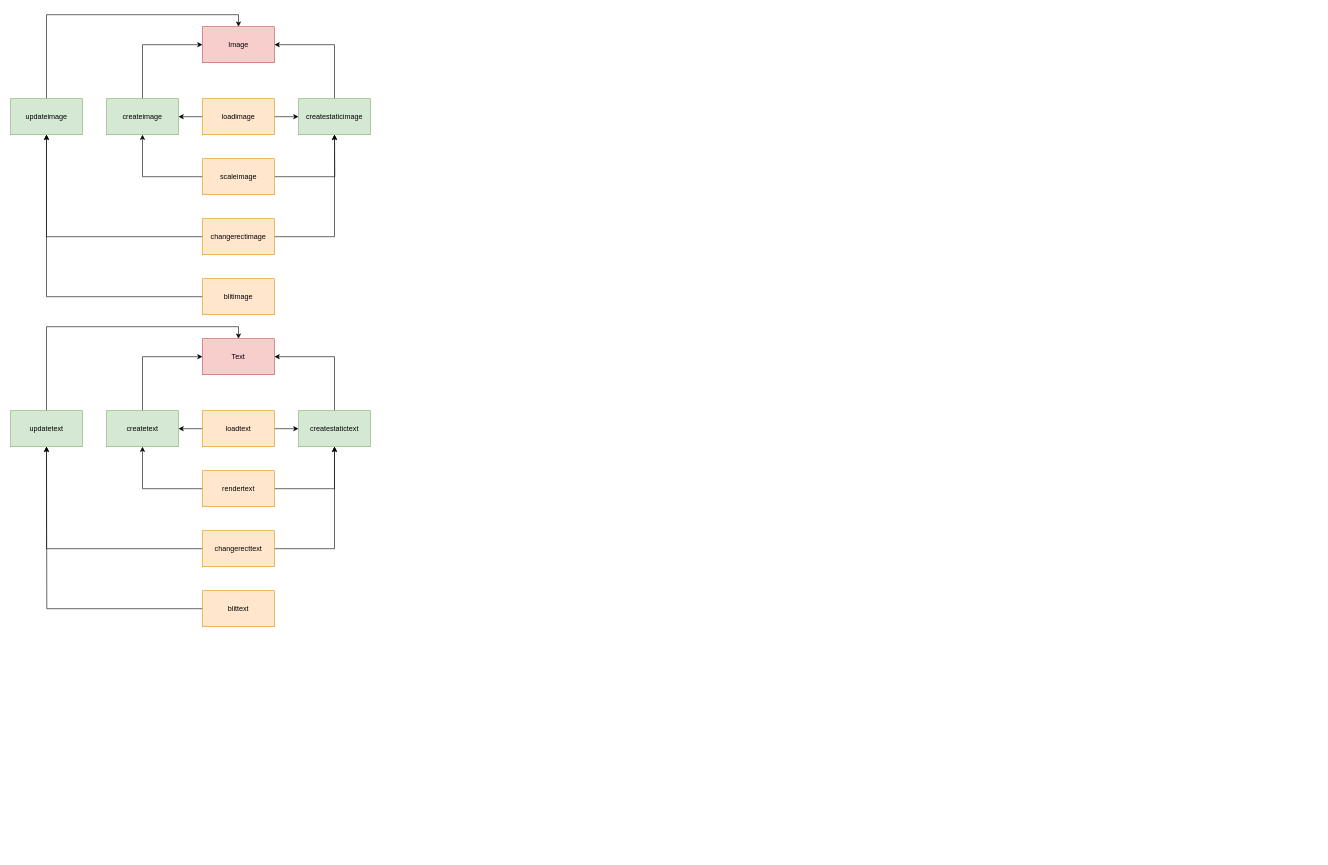
Before: Untitled Diagram.drawio in PrettyPlayer/NonameProject, a draw.io diagram. Source tidied: cells renumbered, new cells numbered last; positions are measured from the earlier drawing's top-left corner, leaving out a move shared by most shapes. Both pictures are drawn from the tidied source at 60%, with x=0, y=0 at pixel (10, 26).
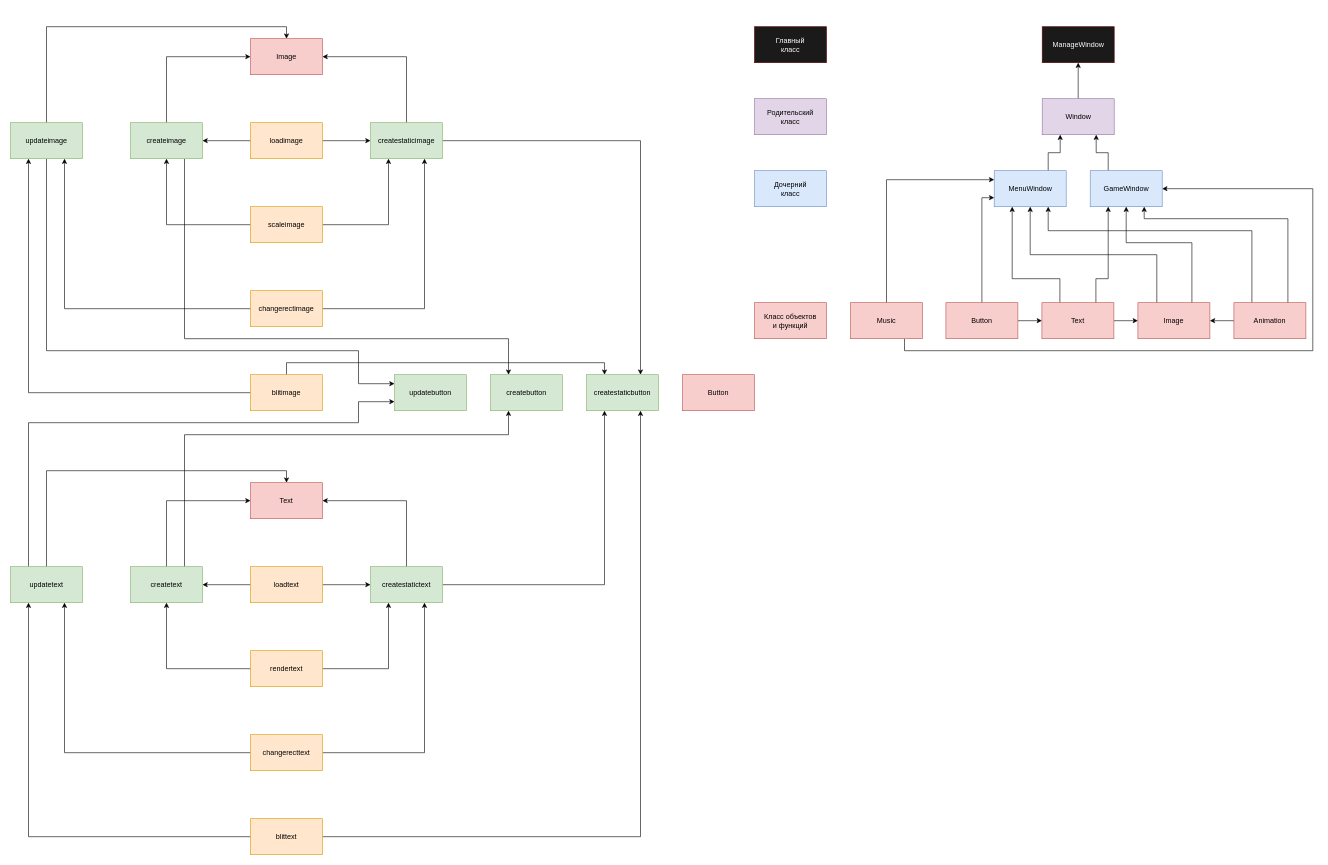
The same diagram, later.

What changed in the source:
```diff
@@
+    <mxCell id="38" style="edgeStyle=orthogonalEdgeStyle;rounded=0;jettySize=auto;html=1;exitX=0.75;exitY=1;exitDx=0;exitDy=0;entryX=0.25;entryY=0;entryDx=0;entryDy=0;" parent="1" edge="1" source="3" target="50">
+      <mxGeometry relative="1" as="geometry">
+        <Array as="points">
+          <mxPoint x="290" y="520" />
+          <mxPoint x="830" y="520" />
+        </Array>
+      </mxGeometry>
+    </mxCell>
     <mxCell id="3" value="createimage" style="rounded=0;whiteSpace=wrap;html=1;fillColor=#d5e8d4;strokeColor=#82b366;" parent="1" vertex="1">
-      <mxGeometry x="160" y="120" width="120" height="60" as="geometry" />
+      <mxGeometry x="200" y="160" width="120" height="60" as="geometry" />
     </mxCell>
@@
     <mxCell id="6" value="loadimage" style="rounded=0;whiteSpace=wrap;html=1;fillColor=#ffe6cc;strokeColor=#d79b00;" parent="1" vertex="1">
-      <mxGeometry x="320" y="120" width="120" height="60" as="geometry" />
+      <mxGeometry x="400" y="160" width="120" height="60" as="geometry" />
     </mxCell>
@@
-    <mxCell id="8" style="edgeStyle=orthogonalEdgeStyle;rounded=0;jettySize=auto;html=1;exitX=1;exitY=0.5;exitDx=0;exitDy=0;" parent="1" edge="1" source="9">
-      <mxGeometry relative="1" as="geometry">
-        <mxPoint x="540" y="180" as="targetPoint" />
-      </mxGeometry>
-    </mxCell>
+    <mxCell id="39" style="edgeStyle=orthogonalEdgeStyle;rounded=0;jettySize=auto;html=1;exitX=1;exitY=0.5;exitDx=0;exitDy=0;entryX=0.25;entryY=1;entryDx=0;entryDy=0;" parent="1" edge="1" source="9" target="19">
+      <mxGeometry relative="1" as="geometry" />
+    </mxCell>
     <mxCell id="9" value="scaleimage" style="rounded=0;whiteSpace=wrap;html=1;fillColor=#ffe6cc;strokeColor=#d79b00;" parent="1" vertex="1">
-      <mxGeometry x="320" y="220" width="120" height="60" as="geometry" />
+      <mxGeometry x="400" y="300" width="120" height="60" as="geometry" />
     </mxCell>
@@
+    <mxCell id="40" style="edgeStyle=orthogonalEdgeStyle;rounded=0;jettySize=auto;html=1;exitX=0.5;exitY=1;exitDx=0;exitDy=0;entryX=0;entryY=0.25;entryDx=0;entryDy=0;" parent="1" edge="1" source="11" target="51">
+      <mxGeometry relative="1" as="geometry">
+        <Array as="points">
+          <mxPoint x="60" y="540" />
+          <mxPoint x="580" y="540" />
+          <mxPoint x="580" y="595" />
+        </Array>
+      </mxGeometry>
+    </mxCell>
     <mxCell id="11" value="updateimage" style="rounded=0;whiteSpace=wrap;html=1;fillColor=#d5e8d4;strokeColor=#82b366;" parent="1" vertex="1">
-      <mxGeometry y="120" width="120" height="60" as="geometry" />
+      <mxGeometry y="160" width="120" height="60" as="geometry" />
     </mxCell>
-    <mxCell id="12" style="edgeStyle=orthogonalEdgeStyle;rounded=0;jettySize=auto;html=1;exitX=1;exitY=0.5;exitDx=0;exitDy=0;entryX=0.5;entryY=1;entryDx=0;entryDy=0;entryPerimeter=0;" parent="1" edge="1" source="14" target="19">
+    <mxCell id="12" style="edgeStyle=orthogonalEdgeStyle;rounded=0;jettySize=auto;html=1;exitX=1;exitY=0.5;exitDx=0;exitDy=0;entryX=0.75;entryY=1;entryDx=0;entryDy=0;" parent="1" edge="1" source="14" target="19">
       <mxGeometry relative="1" as="geometry" />
     </mxCell>
-    <mxCell id="13" style="edgeStyle=orthogonalEdgeStyle;rounded=0;jettySize=auto;html=1;exitX=0;exitY=0.5;exitDx=0;exitDy=0;entryX=0.5;entryY=1;entryDx=0;entryDy=0;" parent="1" edge="1" source="14" target="11">
+    <mxCell id="13" style="edgeStyle=orthogonalEdgeStyle;rounded=0;jettySize=auto;html=1;exitX=0;exitY=0.5;exitDx=0;exitDy=0;entryX=0.75;entryY=1;entryDx=0;entryDy=0;" parent="1" edge="1" source="14" target="11">
       <mxGeometry relative="1" as="geometry" />
     </mxCell>
     <mxCell id="14" value="changerectimage" style="rounded=0;whiteSpace=wrap;html=1;fillColor=#ffe6cc;strokeColor=#d79b00;" parent="1" vertex="1">
-      <mxGeometry x="320" y="320" width="120" height="60" as="geometry" />
+      <mxGeometry x="400" y="440" width="120" height="60" as="geometry" />
     </mxCell>
-    <mxCell id="15" style="edgeStyle=orthogonalEdgeStyle;rounded=0;jettySize=auto;html=1;exitX=0;exitY=0.5;exitDx=0;exitDy=0;entryX=0.5;entryY=1;entryDx=0;entryDy=0;" parent="1" edge="1" source="16" target="11">
+    <mxCell id="15" style="edgeStyle=orthogonalEdgeStyle;rounded=0;jettySize=auto;html=1;exitX=0;exitY=0.5;exitDx=0;exitDy=0;entryX=0.25;entryY=1;entryDx=0;entryDy=0;" parent="1" edge="1" source="16" target="11">
       <mxGeometry relative="1" as="geometry" />
     </mxCell>
+    <mxCell id="41" style="edgeStyle=orthogonalEdgeStyle;rounded=0;jettySize=auto;html=1;exitX=0.5;exitY=0;exitDx=0;exitDy=0;entryX=0.25;entryY=0;entryDx=0;entryDy=0;" parent="1" edge="1" source="16" target="49">
+      <mxGeometry relative="1" as="geometry">
+        <Array as="points">
+          <mxPoint x="460" y="560" />
+          <mxPoint x="990" y="560" />
+        </Array>
+      </mxGeometry>
+    </mxCell>
     <mxCell id="16" value="blitimage" style="rounded=0;whiteSpace=wrap;html=1;fillColor=#ffe6cc;strokeColor=#d79b00;" parent="1" vertex="1">
-      <mxGeometry x="320" y="420" width="120" height="60" as="geometry" />
+      <mxGeometry x="400" y="580" width="120" height="60" as="geometry" />
     </mxCell>
     <mxCell id="17" value="Image" style="rounded=0;whiteSpace=wrap;html=1;fillColor=#f8cecc;strokeColor=#b85450;" parent="1" vertex="1">
-      <mxGeometry x="320" width="120" height="60" as="geometry" />
+      <mxGeometry x="400" y="20" width="120" height="60" as="geometry" />
     </mxCell>
@@
+    <mxCell id="42" style="edgeStyle=orthogonalEdgeStyle;rounded=0;jettySize=auto;html=1;exitX=1;exitY=0.5;exitDx=0;exitDy=0;entryX=0.75;entryY=0;entryDx=0;entryDy=0;" parent="1" edge="1" source="19" target="49">
+      <mxGeometry relative="1" as="geometry" />
+    </mxCell>
     <mxCell id="19" value="createstaticimage" style="rounded=0;whiteSpace=wrap;html=1;fillColor=#d5e8d4;strokeColor=#82b366;" parent="1" vertex="1">
-      <mxGeometry x="480" y="120" width="120" height="60" as="geometry" />
+      <mxGeometry x="600" y="160" width="120" height="60" as="geometry" />
     </mxCell>
     <mxCell id="20" value="Text" style="rounded=0;whiteSpace=wrap;html=1;fillColor=#f8cecc;strokeColor=#b85450;" parent="1" vertex="1">
-      <mxGeometry x="320" y="520" width="120" height="60" as="geometry" />
+      <mxGeometry x="400" y="760" width="120" height="60" as="geometry" />
     </mxCell>
@@
+    <mxCell id="43" style="edgeStyle=orthogonalEdgeStyle;rounded=0;jettySize=auto;html=1;exitX=0.75;exitY=0;exitDx=0;exitDy=0;entryX=0.25;entryY=1;entryDx=0;entryDy=0;" parent="1" edge="1" source="22" target="50">
+      <mxGeometry relative="1" as="geometry">
+        <Array as="points">
+          <mxPoint x="290" y="680" />
+          <mxPoint x="830" y="680" />
+        </Array>
+      </mxGeometry>
+    </mxCell>
     <mxCell id="22" value="createtext" style="rounded=0;whiteSpace=wrap;html=1;fillColor=#d5e8d4;strokeColor=#82b366;" parent="1" vertex="1">
-      <mxGeometry x="160" y="640" width="120" height="60" as="geometry" />
+      <mxGeometry x="200" y="900" width="120" height="60" as="geometry" />
     </mxCell>
@@
+    <mxCell id="44" style="edgeStyle=orthogonalEdgeStyle;rounded=0;jettySize=auto;html=1;exitX=1;exitY=0.5;exitDx=0;exitDy=0;entryX=0.25;entryY=1;entryDx=0;entryDy=0;" parent="1" edge="1" source="24" target="49">
+      <mxGeometry relative="1" as="geometry" />
+    </mxCell>
     <mxCell id="24" value="createstatictext" style="rounded=0;whiteSpace=wrap;html=1;fillColor=#d5e8d4;strokeColor=#82b366;" parent="1" vertex="1">
-      <mxGeometry x="480" y="640" width="120" height="60" as="geometry" />
+      <mxGeometry x="600" y="900" width="120" height="60" as="geometry" />
     </mxCell>
@@
     <mxCell id="27" value="loadtext" style="rounded=0;whiteSpace=wrap;html=1;fillColor=#ffe6cc;strokeColor=#d79b00;" parent="1" vertex="1">
-      <mxGeometry x="320" y="640" width="120" height="60" as="geometry" />
+      <mxGeometry x="400" y="900" width="120" height="60" as="geometry" />
     </mxCell>
+    <mxCell id="29" style="edgeStyle=orthogonalEdgeStyle;rounded=0;jettySize=auto;html=1;exitX=0;exitY=0.5;exitDx=0;exitDy=0;entryX=0.5;entryY=1;entryDx=0;entryDy=0;" parent="1" edge="1" source="30" target="22">
+      <mxGeometry relative="1" as="geometry" />
+    </mxCell>
-    <mxCell id="28" style="edgeStyle=orthogonalEdgeStyle;rounded=0;jettySize=auto;html=1;exitX=1;exitY=0.5;exitDx=0;exitDy=0;entryX=0.5;entryY=1;entryDx=0;entryDy=0;" parent="1" edge="1" source="30" target="24">
+    <mxCell id="28" style="edgeStyle=orthogonalEdgeStyle;rounded=0;jettySize=auto;html=1;exitX=1;exitY=0.5;exitDx=0;exitDy=0;entryX=0.25;entryY=1;entryDx=0;entryDy=0;" parent="1" edge="1" source="30" target="24">
       <mxGeometry relative="1" as="geometry" />
     </mxCell>
-    <mxCell id="29" style="edgeStyle=orthogonalEdgeStyle;rounded=0;jettySize=auto;html=1;exitX=0;exitY=0.5;exitDx=0;exitDy=0;entryX=0.5;entryY=1;entryDx=0;entryDy=0;" parent="1" edge="1" source="30" target="22">
-      <mxGeometry relative="1" as="geometry" />
-    </mxCell>
     <mxCell id="30" value="rendertext" style="rounded=0;whiteSpace=wrap;html=1;fillColor=#ffe6cc;strokeColor=#d79b00;" parent="1" vertex="1">
-      <mxGeometry x="320" y="740" width="120" height="60" as="geometry" />
+      <mxGeometry x="400" y="1040" width="120" height="60" as="geometry" />
     </mxCell>
@@
+    <mxCell id="45" style="edgeStyle=orthogonalEdgeStyle;rounded=0;jettySize=auto;html=1;exitX=0.25;exitY=0;exitDx=0;exitDy=0;entryX=0;entryY=0.75;entryDx=0;entryDy=0;" parent="1" edge="1" source="32" target="51">
+      <mxGeometry relative="1" as="geometry">
+        <Array as="points">
+          <mxPoint x="30" y="660" />
+          <mxPoint x="580" y="660" />
+          <mxPoint x="580" y="625" />
+        </Array>
+      </mxGeometry>
+    </mxCell>
     <mxCell id="32" value="updatetext" style="rounded=0;whiteSpace=wrap;html=1;fillColor=#d5e8d4;strokeColor=#82b366;" parent="1" vertex="1">
-      <mxGeometry y="640" width="120" height="60" as="geometry" />
+      <mxGeometry y="900" width="120" height="60" as="geometry" />
     </mxCell>
-    <mxCell id="33" style="edgeStyle=orthogonalEdgeStyle;rounded=0;jettySize=auto;html=1;exitX=0;exitY=0.5;exitDx=0;exitDy=0;entryX=0.5;entryY=1;entryDx=0;entryDy=0;" parent="1" edge="1" source="35" target="32">
+    <mxCell id="33" style="edgeStyle=orthogonalEdgeStyle;rounded=0;jettySize=auto;html=1;exitX=0;exitY=0.5;exitDx=0;exitDy=0;entryX=0.75;entryY=1;entryDx=0;entryDy=0;" parent="1" edge="1" source="35" target="32">
       <mxGeometry relative="1" as="geometry" />
     </mxCell>
-    <mxCell id="34" style="edgeStyle=orthogonalEdgeStyle;rounded=0;jettySize=auto;html=1;exitX=1;exitY=0.5;exitDx=0;exitDy=0;entryX=0.5;entryY=1;entryDx=0;entryDy=0;" parent="1" edge="1" source="35" target="24">
+    <mxCell id="34" style="edgeStyle=orthogonalEdgeStyle;rounded=0;jettySize=auto;html=1;exitX=1;exitY=0.5;exitDx=0;exitDy=0;entryX=0.75;entryY=1;entryDx=0;entryDy=0;" parent="1" edge="1" source="35" target="24">
       <mxGeometry relative="1" as="geometry" />
     </mxCell>
     <mxCell id="35" value="changerecttext" style="rounded=0;whiteSpace=wrap;html=1;fillColor=#ffe6cc;strokeColor=#d79b00;" parent="1" vertex="1">
-      <mxGeometry x="320" y="840" width="120" height="60" as="geometry" />
+      <mxGeometry x="400" y="1180" width="120" height="60" as="geometry" />
     </mxCell>
-    <mxCell id="36" style="edgeStyle=orthogonalEdgeStyle;rounded=0;jettySize=auto;html=1;exitX=0;exitY=0.5;exitDx=0;exitDy=0;" parent="1" edge="1" source="37">
-      <mxGeometry relative="1" as="geometry">
-        <mxPoint x="60" y="700" as="targetPoint" />
-      </mxGeometry>
-    </mxCell>
+    <mxCell id="46" style="edgeStyle=orthogonalEdgeStyle;rounded=0;jettySize=auto;html=1;exitX=0;exitY=0.5;exitDx=0;exitDy=0;entryX=0.25;entryY=1;entryDx=0;entryDy=0;" parent="1" edge="1" source="37" target="32">
+      <mxGeometry relative="1" as="geometry" />
+    </mxCell>
+    <mxCell id="47" style="edgeStyle=orthogonalEdgeStyle;rounded=0;jettySize=auto;html=1;exitX=1;exitY=0.5;exitDx=0;exitDy=0;entryX=0.75;entryY=1;entryDx=0;entryDy=0;" parent="1" edge="1" source="37" target="49">
+      <mxGeometry relative="1" as="geometry" />
+    </mxCell>
     <mxCell id="37" value="blittext" style="rounded=0;whiteSpace=wrap;html=1;fillColor=#ffe6cc;strokeColor=#d79b00;" parent="1" vertex="1">
-      <mxGeometry x="320" y="940" width="120" height="60" as="geometry" />
+      <mxGeometry x="400" y="1320" width="120" height="60" as="geometry" />
     </mxCell>
+    <mxCell id="48" value="Button" style="rounded=0;whiteSpace=wrap;html=1;fillColor=#f8cecc;strokeColor=#b85450;" parent="1" vertex="1">
+      <mxGeometry x="1120" y="580" width="120" height="60" as="geometry" />
+    </mxCell>
+    <mxCell id="49" value="createstaticbutton" style="rounded=0;whiteSpace=wrap;html=1;fillColor=#d5e8d4;strokeColor=#82b366;" parent="1" vertex="1">
+      <mxGeometry x="960" y="580" width="120" height="60" as="geometry" />
+    </mxCell>
+    <mxCell id="50" value="createbutton" style="rounded=0;whiteSpace=wrap;html=1;fillColor=#d5e8d4;strokeColor=#82b366;" parent="1" vertex="1">
+      <mxGeometry x="800" y="580" width="120" height="60" as="geometry" />
+    </mxCell>
+    <mxCell id="51" value="updatebutton" style="rounded=0;whiteSpace=wrap;html=1;fillColor=#d5e8d4;strokeColor=#82b366;" parent="1" vertex="1">
+      <mxGeometry x="640" y="580" width="120" height="60" as="geometry" />
+    </mxCell>
+    <mxCell id="52" value="ManageWindow" style="rounded=0;whiteSpace=wrap;html=1;fillColor=#1A1A1A;strokeColor=#660000;fontColor=#ffffff;" parent="1" vertex="1">
+      <mxGeometry x="1719.5" width="120" height="60" as="geometry" />
+    </mxCell>
+    <mxCell id="53" style="edgeStyle=orthogonalEdgeStyle;rounded=0;jettySize=auto;html=1;exitX=0.5;exitY=0;exitDx=0;exitDy=0;entryX=0.5;entryY=1;entryDx=0;entryDy=0;" parent="1" edge="1" source="54" target="52">
+      <mxGeometry relative="1" as="geometry" />
+    </mxCell>
+    <mxCell id="54" value="Window" style="rounded=0;whiteSpace=wrap;html=1;fillColor=#e1d5e7;strokeColor=#9673a6;" parent="1" vertex="1">
+      <mxGeometry x="1719.5" y="120" width="120" height="60" as="geometry" />
+    </mxCell>
+    <mxCell id="55" style="edgeStyle=orthogonalEdgeStyle;rounded=0;jettySize=auto;html=1;exitX=0.75;exitY=0;exitDx=0;exitDy=0;entryX=0.25;entryY=1;entryDx=0;entryDy=0;" parent="1" edge="1" source="56" target="54">
+      <mxGeometry relative="1" as="geometry" />
+    </mxCell>
+    <mxCell id="56" value="MenuWindow" style="rounded=0;whiteSpace=wrap;html=1;fillColor=#dae8fc;strokeColor=#6c8ebf;" parent="1" vertex="1">
+      <mxGeometry x="1639.5" y="240" width="120" height="60" as="geometry" />
+    </mxCell>
+    <mxCell id="57" style="edgeStyle=orthogonalEdgeStyle;rounded=0;jettySize=auto;html=1;exitX=0.25;exitY=0;exitDx=0;exitDy=0;entryX=0.75;entryY=1;entryDx=0;entryDy=0;" parent="1" edge="1" source="58" target="54">
+      <mxGeometry relative="1" as="geometry" />
+    </mxCell>
+    <mxCell id="58" value="GameWindow" style="rounded=0;whiteSpace=wrap;html=1;fillColor=#dae8fc;strokeColor=#6c8ebf;" parent="1" vertex="1">
+      <mxGeometry x="1799.5" y="240" width="120" height="60" as="geometry" />
+    </mxCell>
+    <mxCell id="59" style="edgeStyle=orthogonalEdgeStyle;rounded=0;jettySize=auto;html=1;entryX=0.5;entryY=1;entryDx=0;entryDy=0;" parent="1" edge="1" target="56">
+      <mxGeometry relative="1" as="geometry">
+        <mxPoint x="1910.5" y="460" as="sourcePoint" />
+        <Array as="points">
+          <mxPoint x="1910.5" y="460" />
+          <mxPoint x="1910.5" y="380" />
+          <mxPoint x="1699.5" y="380" />
+        </Array>
+      </mxGeometry>
+    </mxCell>
+    <mxCell id="60" style="edgeStyle=orthogonalEdgeStyle;rounded=0;jettySize=auto;html=1;exitX=0.75;exitY=0;exitDx=0;exitDy=0;entryX=0.5;entryY=1;entryDx=0;entryDy=0;" parent="1" edge="1" source="61" target="58">
+      <mxGeometry relative="1" as="geometry">
+        <Array as="points">
+          <mxPoint x="1969.5" y="360" />
+          <mxPoint x="1859.5" y="360" />
+        </Array>
+      </mxGeometry>
+    </mxCell>
+    <mxCell id="61" value="Image" style="rounded=0;whiteSpace=wrap;html=1;fillColor=#f8cecc;strokeColor=#b85450;" parent="1" vertex="1">
+      <mxGeometry x="1879" y="460" width="120" height="60" as="geometry" />
+    </mxCell>
+    <mxCell id="62" style="edgeStyle=orthogonalEdgeStyle;rounded=0;jettySize=auto;html=1;exitX=1;exitY=0.5;exitDx=0;exitDy=0;entryX=0;entryY=0.5;entryDx=0;entryDy=0;" parent="1" edge="1" source="65" target="61">
+      <mxGeometry relative="1" as="geometry" />
+    </mxCell>
+    <mxCell id="63" style="edgeStyle=orthogonalEdgeStyle;rounded=0;jettySize=auto;html=1;exitX=0.25;exitY=0;exitDx=0;exitDy=0;entryX=0.25;entryY=1;entryDx=0;entryDy=0;" parent="1" edge="1" source="65" target="56">
+      <mxGeometry relative="1" as="geometry">
+        <Array as="points">
+          <mxPoint x="1749.5" y="420" />
+          <mxPoint x="1669.5" y="420" />
+        </Array>
+      </mxGeometry>
+    </mxCell>
+    <mxCell id="64" style="edgeStyle=orthogonalEdgeStyle;rounded=0;jettySize=auto;html=1;exitX=0.75;exitY=0;exitDx=0;exitDy=0;entryX=0.25;entryY=1;entryDx=0;entryDy=0;" parent="1" edge="1" source="65" target="58">
+      <mxGeometry relative="1" as="geometry">
+        <Array as="points">
+          <mxPoint x="1809.5" y="420" />
+          <mxPoint x="1829.5" y="420" />
+        </Array>
+      </mxGeometry>
+    </mxCell>
+    <mxCell id="65" value="Text" style="rounded=0;whiteSpace=wrap;html=1;fillColor=#f8cecc;strokeColor=#b85450;" parent="1" vertex="1">
+      <mxGeometry x="1719" y="460" width="120" height="60" as="geometry" />
+    </mxCell>
+    <mxCell id="66" style="edgeStyle=orthogonalEdgeStyle;rounded=0;jettySize=auto;html=1;exitX=0;exitY=0.5;exitDx=0;exitDy=0;entryX=1;entryY=0.5;entryDx=0;entryDy=0;" parent="1" edge="1" source="69" target="61">
+      <mxGeometry relative="1" as="geometry" />
+    </mxCell>
+    <mxCell id="67" style="edgeStyle=orthogonalEdgeStyle;rounded=0;jettySize=auto;html=1;exitX=0.25;exitY=0;exitDx=0;exitDy=0;entryX=0.75;entryY=1;entryDx=0;entryDy=0;" parent="1" edge="1" source="69" target="56">
+      <mxGeometry relative="1" as="geometry">
+        <Array as="points">
+          <mxPoint x="2069.5" y="340" />
+          <mxPoint x="1729.5" y="340" />
+        </Array>
+      </mxGeometry>
+    </mxCell>
+    <mxCell id="68" style="edgeStyle=orthogonalEdgeStyle;rounded=0;jettySize=auto;html=1;exitX=0.75;exitY=0;exitDx=0;exitDy=0;entryX=0.75;entryY=1;entryDx=0;entryDy=0;" parent="1" edge="1" source="69" target="58">
+      <mxGeometry relative="1" as="geometry">
+        <Array as="points">
+          <mxPoint x="2129.5" y="320" />
+          <mxPoint x="1889.5" y="320" />
+        </Array>
+      </mxGeometry>
+    </mxCell>
+    <mxCell id="69" value="Animation" style="rounded=0;whiteSpace=wrap;html=1;fillColor=#f8cecc;strokeColor=#b85450;" parent="1" vertex="1">
+      <mxGeometry x="2039" y="460" width="120" height="60" as="geometry" />
+    </mxCell>
+    <mxCell id="70" style="edgeStyle=orthogonalEdgeStyle;rounded=0;jettySize=auto;html=1;exitX=0.5;exitY=0;exitDx=0;exitDy=0;entryX=0;entryY=0.25;entryDx=0;entryDy=0;" parent="1" edge="1" source="72" target="56">
+      <mxGeometry relative="1" as="geometry" />
+    </mxCell>
+    <mxCell id="71" style="edgeStyle=orthogonalEdgeStyle;rounded=0;jettySize=auto;html=1;exitX=0.75;exitY=1;exitDx=0;exitDy=0;entryX=1;entryY=0.5;entryDx=0;entryDy=0;" parent="1" edge="1" source="72" target="58">
+      <mxGeometry relative="1" as="geometry">
+        <Array as="points">
+          <mxPoint x="1489.5" y="540" />
+          <mxPoint x="2170.5" y="540" />
+          <mxPoint x="2170.5" y="270" />
+        </Array>
+      </mxGeometry>
+    </mxCell>
+    <mxCell id="72" value="Music" style="rounded=0;whiteSpace=wrap;html=1;fillColor=#f8cecc;strokeColor=#b85450;" parent="1" vertex="1">
+      <mxGeometry x="1400" y="460" width="120" height="60" as="geometry" />
+    </mxCell>
+    <mxCell id="73" style="edgeStyle=orthogonalEdgeStyle;rounded=0;jettySize=auto;html=1;exitX=1;exitY=0.5;exitDx=0;exitDy=0;entryX=0;entryY=0.5;entryDx=0;entryDy=0;" parent="1" edge="1" source="75" target="65">
+      <mxGeometry relative="1" as="geometry" />
+    </mxCell>
+    <mxCell id="74" style="edgeStyle=orthogonalEdgeStyle;rounded=0;jettySize=auto;html=1;exitX=0.5;exitY=0;exitDx=0;exitDy=0;entryX=0;entryY=0.75;entryDx=0;entryDy=0;" parent="1" edge="1" source="75" target="56">
+      <mxGeometry relative="1" as="geometry" />
+    </mxCell>
+    <mxCell id="75" value="Button" style="rounded=0;whiteSpace=wrap;html=1;fillColor=#f8cecc;strokeColor=#b85450;" parent="1" vertex="1">
+      <mxGeometry x="1559" y="460" width="120" height="60" as="geometry" />
+    </mxCell>
+    <mxCell id="76" value="Главный&lt;br&gt;класс" style="rounded=0;whiteSpace=wrap;html=1;strokeColor=#660000;fillColor=#1A1A1A;fontColor=#FFFFFF;" parent="1" vertex="1">
+      <mxGeometry x="1240" width="120" height="60" as="geometry" />
+    </mxCell>
+    <mxCell id="77" value="Родительский&lt;br&gt;класс" style="rounded=0;whiteSpace=wrap;html=1;fillColor=#e1d5e7;strokeColor=#9673a6;" parent="1" vertex="1">
+      <mxGeometry x="1240" y="120" width="120" height="60" as="geometry" />
+    </mxCell>
+    <mxCell id="78" value="Дочерний&lt;br&gt;класс" style="rounded=0;whiteSpace=wrap;html=1;fillColor=#dae8fc;strokeColor=#6c8ebf;" parent="1" vertex="1">
+      <mxGeometry x="1240" y="240" width="120" height="60" as="geometry" />
+    </mxCell>
+    <mxCell id="79" value="Класс объектов&lt;br&gt;и функций" style="rounded=0;whiteSpace=wrap;html=1;fillColor=#f8cecc;strokeColor=#b85450;" parent="1" vertex="1">
+      <mxGeometry x="1240" y="460" width="120" height="60" as="geometry" />
+    </mxCell>
```
